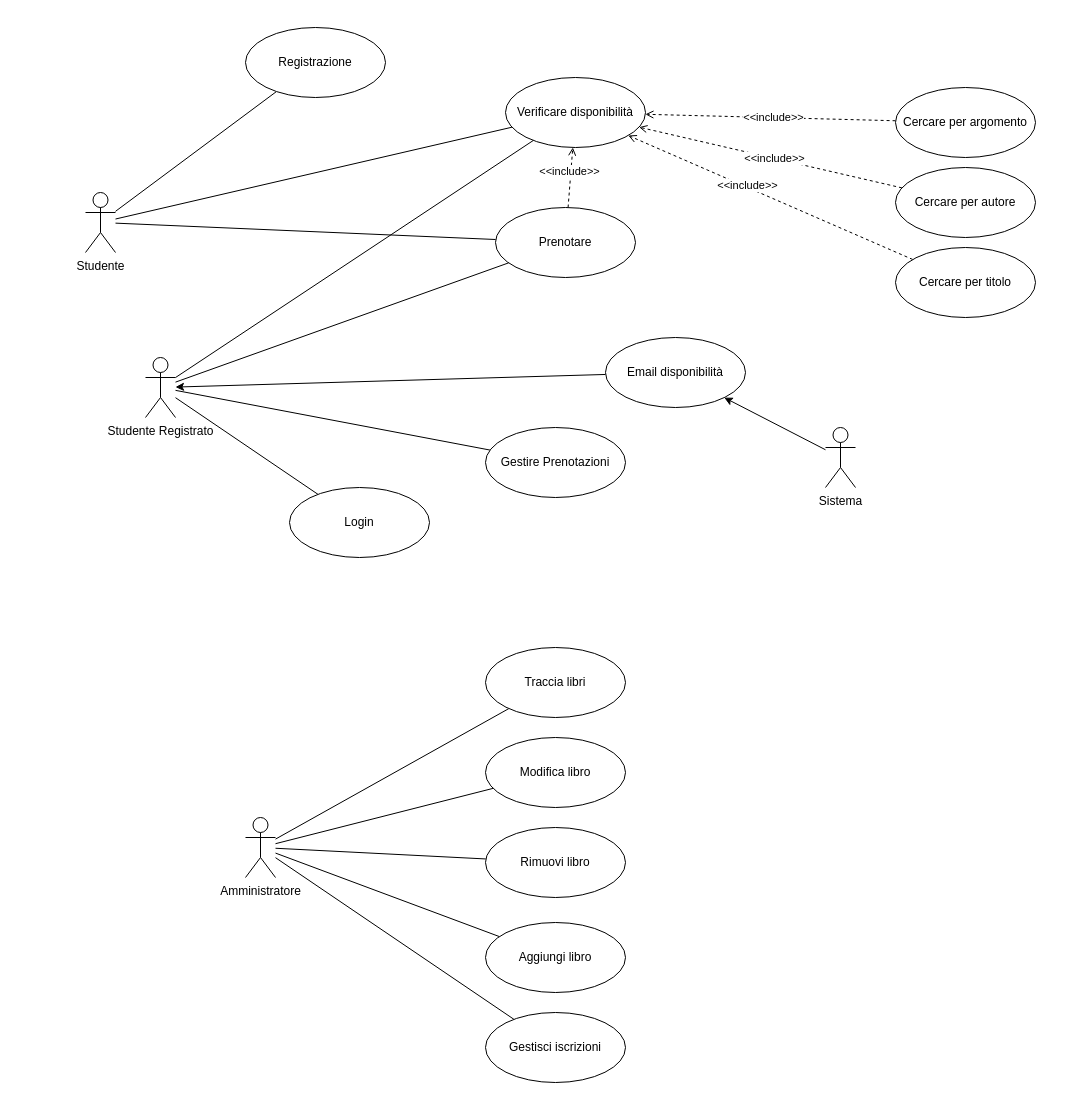
This is GestioneBiblioteca.drawio from HattyDoge/SnowWhite, a draw.io file, before an edit. Source tidied: cells renumbered, new cells numbered last; positions are measured from the earlier drawing's top-left corner, leaving out a move shared by most shapes. Both pictures are drawn from the tidied source at 100%, with x=0, y=0 at pixel (85, 27).
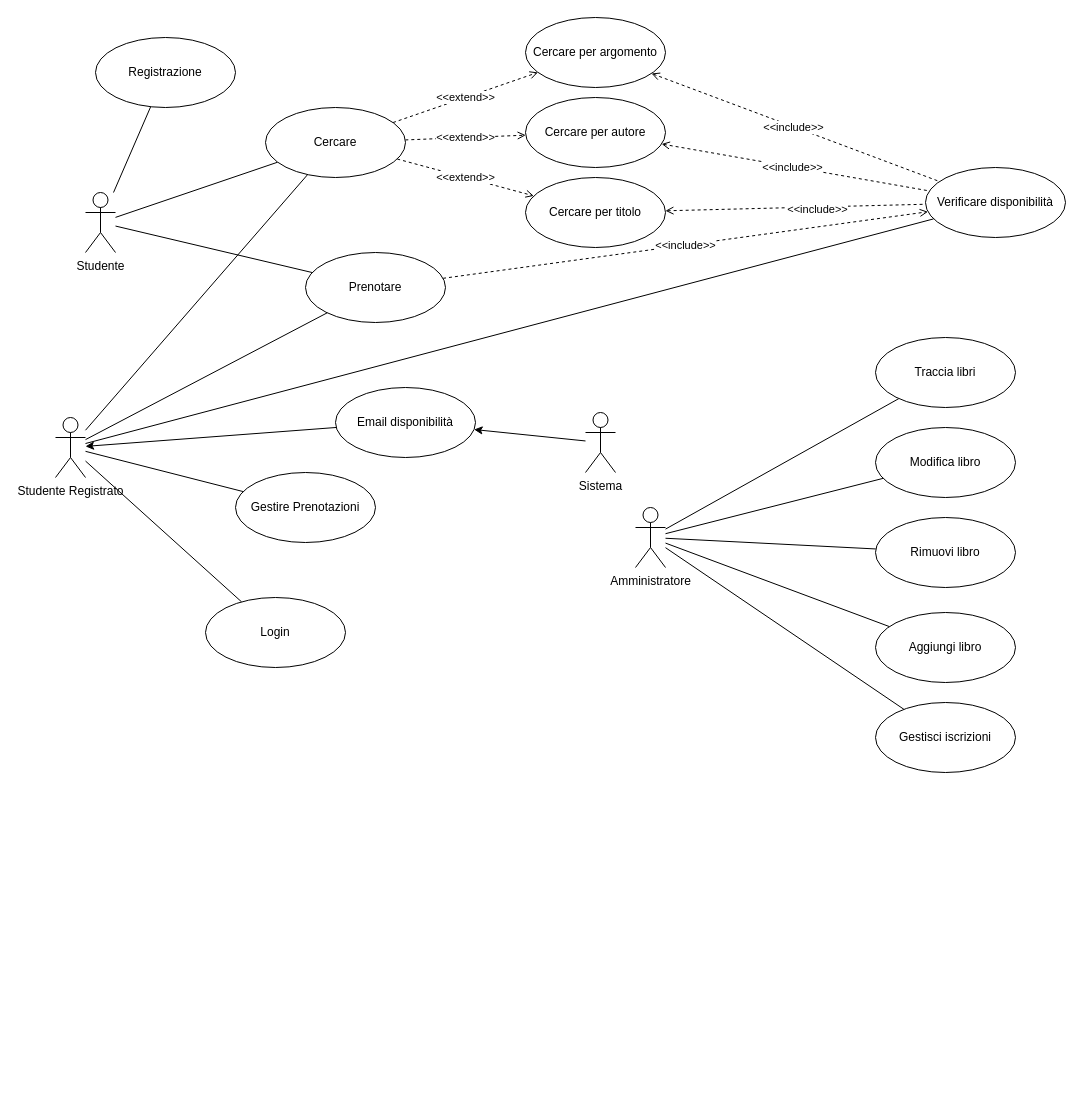
The same diagram, later.

The change refers to these unchanged cells:
```xml
<mxCell id="5" value="Studente" style="shape=umlActor;verticalLabelPosition=bottom;verticalAlign=top;html=1;" parent="1" vertex="1">
  <mxGeometry y="165" width="30" height="60" as="geometry" />
</mxCell>
```

What changed in the source:
```diff
@@
-    <mxCell id="2" style="edgeStyle=none;rounded=0;jettySize=auto;html=1;endArrow=none;endFill=0;" parent="1" edge="1" source="5" target="6">
-      <mxGeometry relative="1" as="geometry" />
-    </mxCell>
@@
+    <mxCell id="42" style="edgeStyle=none;rounded=0;jettySize=auto;html=1;endArrow=none;endFill=0;" parent="1" edge="1" source="5" target="47">
+      <mxGeometry relative="1" as="geometry" />
+    </mxCell>
@@
     <mxCell id="6" value="Verificare disponibilità" style="ellipse;whiteSpace=wrap;html=1;" parent="1" vertex="1">
-      <mxGeometry x="420" y="50" width="140" height="70" as="geometry" />
+      <mxGeometry x="840" y="140" width="140" height="70" as="geometry" />
     </mxCell>
@@
     <mxCell id="12" value="Amministratore" style="shape=umlActor;verticalLabelPosition=bottom;verticalAlign=top;html=1;" parent="1" vertex="1">
-      <mxGeometry x="160" y="790" width="30" height="60" as="geometry" />
+      <mxGeometry x="550" y="480" width="30" height="60" as="geometry" />
     </mxCell>
-    <mxCell id="13" style="rounded=0;jettySize=auto;html=1;endArrow=open;endFill=0;dashed=1;" parent="1" edge="1" source="15" target="6">
+    <mxCell id="13" style="rounded=0;jettySize=auto;html=1;endArrow=none;endFill=0;dashed=1;startArrow=open;startFill=0;" parent="1" edge="1" source="15" target="6">
       <mxGeometry relative="1" as="geometry" />
     </mxCell>
@@
     <mxCell id="15" value="Cercare per autore" style="ellipse;whiteSpace=wrap;html=1;" parent="1" vertex="1">
-      <mxGeometry x="810" y="140" width="140" height="70" as="geometry" />
+      <mxGeometry x="440" y="70" width="140" height="70" as="geometry" />
     </mxCell>
-    <mxCell id="16" style="rounded=0;jettySize=auto;html=1;endArrow=open;endFill=0;dashed=1;" parent="1" edge="1" source="18" target="6">
+    <mxCell id="16" style="rounded=0;jettySize=auto;html=1;endArrow=none;endFill=0;dashed=1;startArrow=open;startFill=0;" parent="1" edge="1" source="18" target="6">
       <mxGeometry relative="1" as="geometry" />
     </mxCell>
@@
     <mxCell id="18" value="Cercare per argomento" style="ellipse;whiteSpace=wrap;html=1;" parent="1" vertex="1">
-      <mxGeometry x="810" y="60" width="140" height="70" as="geometry" />
+      <mxGeometry x="440" y="-10" width="140" height="70" as="geometry" />
     </mxCell>
-    <mxCell id="19" style="rounded=0;jettySize=auto;html=1;endArrow=open;endFill=0;dashed=1;" parent="1" edge="1" source="21" target="6">
+    <mxCell id="19" style="rounded=0;jettySize=auto;html=1;endArrow=none;endFill=0;dashed=1;startArrow=open;startFill=0;" parent="1" edge="1" source="21" target="6">
       <mxGeometry relative="1" as="geometry" />
     </mxCell>
@@
     <mxCell id="21" value="Cercare per titolo" style="ellipse;whiteSpace=wrap;html=1;" parent="1" vertex="1">
-      <mxGeometry x="810" y="220" width="140" height="70" as="geometry" />
+      <mxGeometry x="440" y="150" width="140" height="70" as="geometry" />
     </mxCell>
-    <mxCell id="22" style="edgeStyle=none;rounded=0;jettySize=auto;html=1;endArrow=open;endFill=0;dashed=1;" parent="1" edge="1" source="24" target="6">
+    <mxCell id="22" value="&amp;lt;&amp;lt;include&amp;gt;&amp;gt;" style="edgeStyle=none;rounded=0;jettySize=auto;html=1;endArrow=open;endFill=0;dashed=1;" parent="1" edge="1" source="24" target="6">
       <mxGeometry relative="1" as="geometry" />
     </mxCell>
-    <mxCell id="23" value="&amp;lt;&amp;lt;include&amp;gt;&amp;gt;" style="edgeLabel;html=1;align=center;verticalAlign=middle;" parent="22" vertex="1">
-      <mxGeometry x="0.19" y="2" relative="1" as="geometry" />
-    </mxCell>
     <mxCell id="24" value="Prenotare" style="ellipse;whiteSpace=wrap;html=1;" parent="1" vertex="1">
-      <mxGeometry x="410" y="180" width="140" height="70" as="geometry" />
+      <mxGeometry x="220" y="225" width="140" height="70" as="geometry" />
     </mxCell>
     <mxCell id="25" value="Registrazione" style="ellipse;whiteSpace=wrap;html=1;" parent="1" vertex="1">
-      <mxGeometry x="160" width="140" height="70" as="geometry" />
+      <mxGeometry x="10" y="10" width="140" height="70" as="geometry" />
     </mxCell>
@@
+    <mxCell id="43" style="edgeStyle=none;rounded=0;jettySize=auto;html=1;endArrow=none;endFill=0;" parent="1" edge="1" source="30" target="47">
+      <mxGeometry relative="1" as="geometry" />
+    </mxCell>
     <mxCell id="30" value="Studente Registrato" style="shape=umlActor;verticalLabelPosition=bottom;verticalAlign=top;html=1;" parent="1" vertex="1">
-      <mxGeometry x="60" y="330" width="30" height="60" as="geometry" />
+      <mxGeometry x="-30" y="390" width="30" height="60" as="geometry" />
     </mxCell>
     <mxCell id="31" value="Login" style="ellipse;whiteSpace=wrap;html=1;" parent="1" vertex="1">
-      <mxGeometry x="204" y="460" width="140" height="70" as="geometry" />
+      <mxGeometry x="120" y="570" width="140" height="70" as="geometry" />
     </mxCell>
     <mxCell id="32" value="Gestire Prenotazioni" style="ellipse;whiteSpace=wrap;html=1;" parent="1" vertex="1">
-      <mxGeometry x="400" y="400" width="140" height="70" as="geometry" />
+      <mxGeometry x="150" y="445" width="140" height="70" as="geometry" />
     </mxCell>
@@
     <mxCell id="34" value="Sistema" style="shape=umlActor;verticalLabelPosition=bottom;verticalAlign=top;html=1;" parent="1" vertex="1">
-      <mxGeometry x="740" y="400" width="30" height="60" as="geometry" />
+      <mxGeometry x="500" y="385" width="30" height="60" as="geometry" />
     </mxCell>
@@
     <mxCell id="36" value="Email disponibilità" style="ellipse;whiteSpace=wrap;html=1;" parent="1" vertex="1">
-      <mxGeometry x="520" y="310" width="140" height="70" as="geometry" />
+      <mxGeometry x="250" y="360" width="140" height="70" as="geometry" />
     </mxCell>
     <mxCell id="37" value="Aggiungi libro" style="ellipse;whiteSpace=wrap;html=1;" parent="1" vertex="1">
-      <mxGeometry x="400" y="895" width="140" height="70" as="geometry" />
+      <mxGeometry x="790" y="585" width="140" height="70" as="geometry" />
     </mxCell>
     <mxCell id="38" value="Modifica libro" style="ellipse;whiteSpace=wrap;html=1;" parent="1" vertex="1">
-      <mxGeometry x="400" y="710" width="140" height="70" as="geometry" />
+      <mxGeometry x="790" y="400" width="140" height="70" as="geometry" />
     </mxCell>
     <mxCell id="39" value="Rimuovi libro" style="ellipse;whiteSpace=wrap;html=1;" parent="1" vertex="1">
-      <mxGeometry x="400" y="800" width="140" height="70" as="geometry" />
+      <mxGeometry x="790" y="490" width="140" height="70" as="geometry" />
     </mxCell>
     <mxCell id="40" value="Traccia libri" style="ellipse;whiteSpace=wrap;html=1;" parent="1" vertex="1">
-      <mxGeometry x="400" y="620" width="140" height="70" as="geometry" />
+      <mxGeometry x="790" y="310" width="140" height="70" as="geometry" />
     </mxCell>
     <mxCell id="41" value="Gestisci iscrizioni" style="ellipse;whiteSpace=wrap;html=1;" parent="1" vertex="1">
-      <mxGeometry x="400" y="985" width="140" height="70" as="geometry" />
+      <mxGeometry x="790" y="675" width="140" height="70" as="geometry" />
     </mxCell>
+    <mxCell id="44" value="&amp;lt;&amp;lt;extend&amp;gt;&amp;gt;" style="edgeStyle=none;rounded=0;jettySize=auto;html=1;dashed=1;endArrow=open;endFill=0;" parent="1" edge="1" source="47" target="18">
+      <mxGeometry relative="1" as="geometry" />
+    </mxCell>
+    <mxCell id="45" value="&amp;lt;&amp;lt;extend&amp;gt;&amp;gt;" style="edgeStyle=none;rounded=0;jettySize=auto;html=1;dashed=1;endArrow=open;endFill=0;" parent="1" edge="1" source="47" target="15">
+      <mxGeometry relative="1" as="geometry" />
+    </mxCell>
+    <mxCell id="46" value="&amp;lt;&amp;lt;extend&amp;gt;&amp;gt;" style="edgeStyle=none;rounded=0;jettySize=auto;html=1;dashed=1;endArrow=open;endFill=0;" parent="1" edge="1" source="47" target="21">
+      <mxGeometry relative="1" as="geometry" />
+    </mxCell>
+    <mxCell id="47" value="Cercare" style="ellipse;whiteSpace=wrap;html=1;" parent="1" vertex="1">
+      <mxGeometry x="180" y="80" width="140" height="70" as="geometry" />
+    </mxCell>
```
